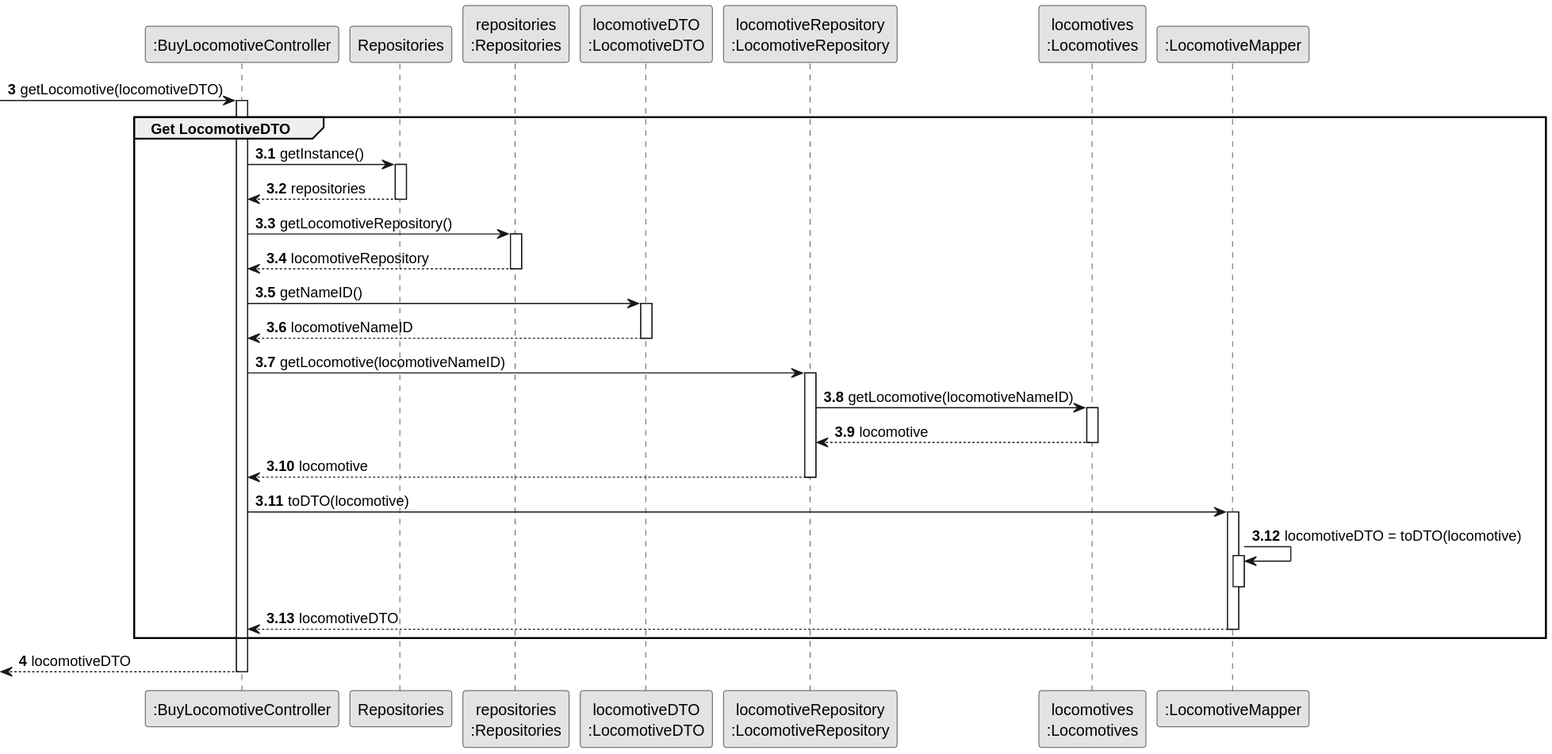
This is docs/system-documentation/Sprint 3/US09/03.design/svg/US09-SD-partial-Get-LocomotiveDTO.svg from HenriqueSilva18/Railway-Network-Simulator, a PlantUML export, as it was before one commit. The source it was exported from:
```plantuml
@startuml
skinparam monochrome true
skinparam packageStyle rectangle
skinparam shadowing false

participant ":BuyLocomotiveController" as CTRL
participant "Repositories" as REPOS
participant "repositories\n:Repositories" as REPOS_SINGLETON
participant "locomotiveDTO\n:LocomotiveDTO" as LOC_DTO
participant "locomotiveRepository\n:LocomotiveRepository" as LOC_REPO
participant "locomotives\n:Locomotives" as LOCS
participant ":LocomotiveMapper" as LOC_MAPPER


autonumber 3
-> CTRL: getLocomotive(locomotiveDTO)

autonumber 3.1
activate CTRL
    group Get LocomotiveDTO

        CTRL -> REPOS : getInstance()
        activate REPOS
            REPOS --> CTRL: repositories
        deactivate REPOS

        CTRL -> REPOS_SINGLETON: getLocomotiveRepository()
        activate REPOS_SINGLETON
            REPOS_SINGLETON --> CTRL: locomotiveRepository
        deactivate REPOS_SINGLETON

        CTRL -> LOC_DTO: getNameID()
        activate LOC_DTO
            LOC_DTO --> CTRL: locomotiveNameID
        deactivate LOC_DTO

        CTRL -> LOC_REPO: getLocomotive(locomotiveNameID)
        activate LOC_REPO
            LOC_REPO -> LOCS: getLocomotive(locomotiveNameID)
            activate LOCS
                LOCS --> LOC_REPO: locomotive
            deactivate LOCS
            LOC_REPO --> CTRL: locomotive
        deactivate LOC_REPO

        CTRL -> LOC_MAPPER: toDTO(locomotive)
        activate LOC_MAPPER
            LOC_MAPPER -> LOC_MAPPER: locomotiveDTO = toDTO(locomotive)
            activate LOC_MAPPER
                deactivate LOC_MAPPER
            LOC_MAPPER --> CTRL: locomotiveDTO
        deactivate LOC_MAPPER

    end

    autonumber 4
    <-- CTRL : locomotiveDTO
deactivate CTRL
@enduml
```
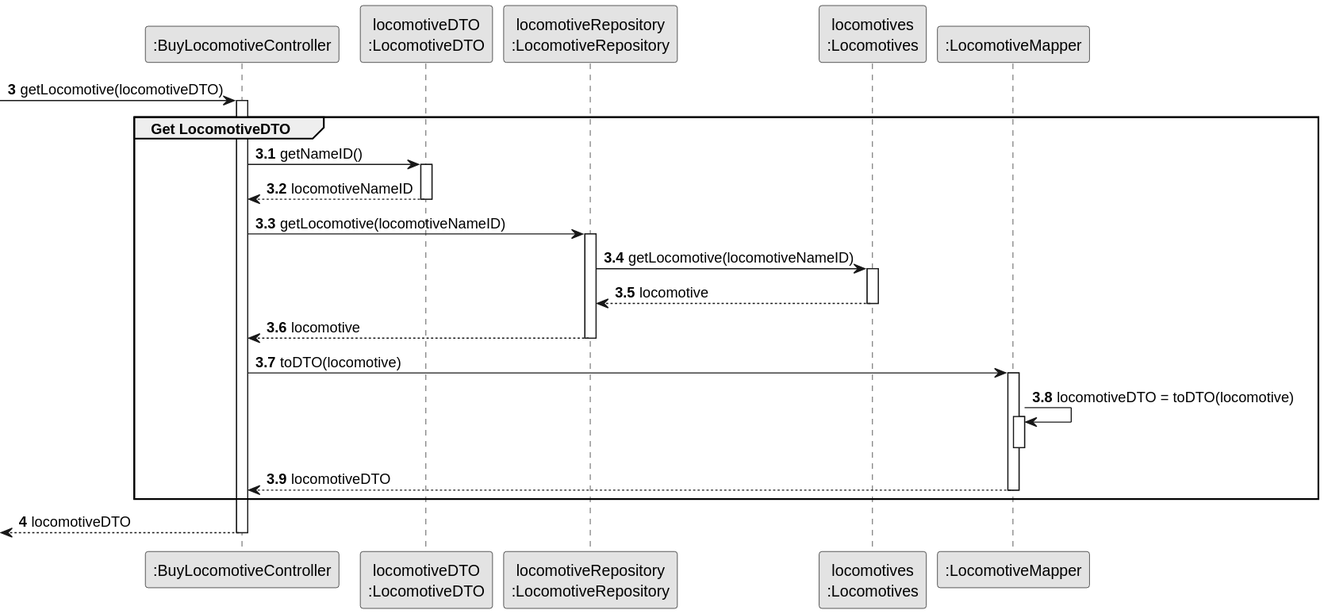
After the change.

Change to the diagram source:
```diff
@@ -4,8 +4,6 @@
 skinparam shadowing false
 
 participant ":BuyLocomotiveController" as CTRL
-participant "Repositories" as REPOS
-participant "repositories\n:Repositories" as REPOS_SINGLETON
 participant "locomotiveDTO\n:LocomotiveDTO" as LOC_DTO
 participant "locomotiveRepository\n:LocomotiveRepository" as LOC_REPO
 participant "locomotives\n:Locomotives" as LOCS
@@ -18,16 +16,6 @@
 autonumber 3.1
 activate CTRL
     group Get LocomotiveDTO
-
-        CTRL -> REPOS : getInstance()
-        activate REPOS
-            REPOS --> CTRL: repositories
-        deactivate REPOS
-
-        CTRL -> REPOS_SINGLETON: getLocomotiveRepository()
-        activate REPOS_SINGLETON
-            REPOS_SINGLETON --> CTRL: locomotiveRepository
-        deactivate REPOS_SINGLETON
 
         CTRL -> LOC_DTO: getNameID()
         activate LOC_DTO
```
